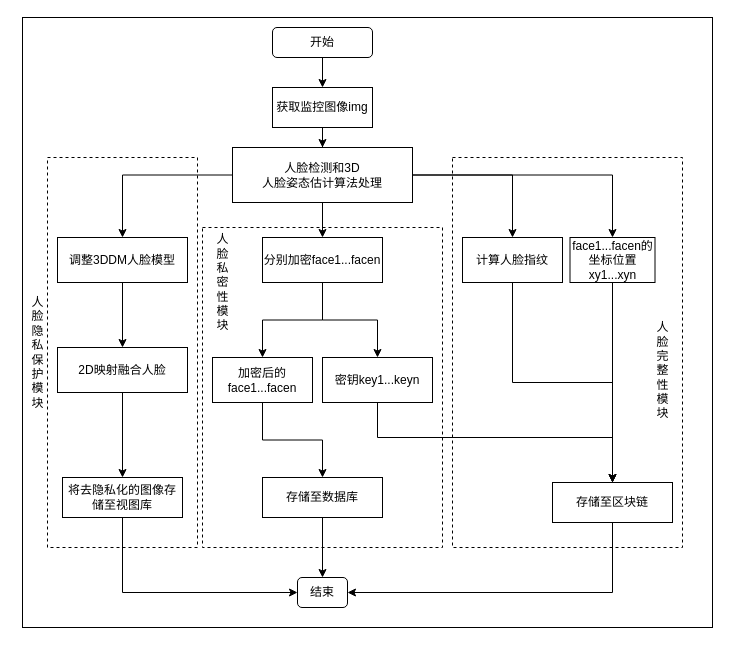
Earlier version of the draw.io diagram page "正向过程" (3 of 5) of face-chain/facechain.drawio (FadingLight9291117/draw.io). Source tidied: cells renumbered, new cells numbered last; positions are measured from the earlier drawing's top-left corner, leaving out a move shared by most shapes. Both pictures are drawn from the tidied source at 100%, with x=0, y=0 at pixel (17, 17).
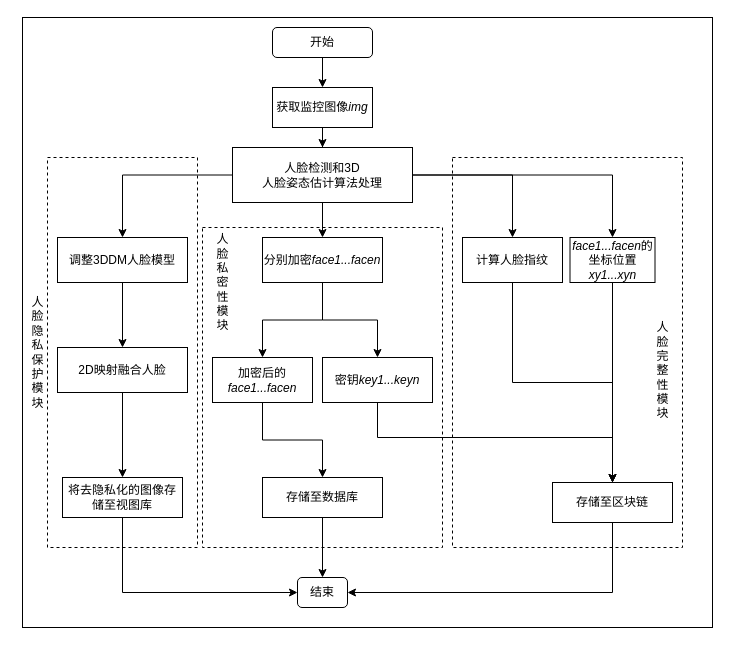
The same diagram, later.

The edit, as a diff of the source:
```diff
@@
-    <mxCell id="7" value="获取监控图像img" style="whiteSpace=wrap;html=1;" parent="1" vertex="1">
+    <mxCell id="7" value="获取监控图像&lt;i&gt;img&lt;/i&gt;" style="whiteSpace=wrap;html=1;" parent="1" vertex="1">
       <mxGeometry x="255" y="70" width="100" height="40" as="geometry" />
     </mxCell>
@@
-    <mxCell id="21" value="分别加密face1...facen" style="rounded=0;whiteSpace=wrap;html=1;" parent="1" vertex="1">
+    <mxCell id="21" value="分别加密&lt;i&gt;face1...facen&lt;/i&gt;" style="rounded=0;whiteSpace=wrap;html=1;" parent="1" vertex="1">
       <mxGeometry x="245" y="220" width="120" height="45" as="geometry" />
     </mxCell>
@@
-    <mxCell id="23" value="加密后的face1...facen" style="rounded=0;whiteSpace=wrap;html=1;" parent="1" vertex="1">
+    <mxCell id="23" value="加密后的&lt;i&gt;face1...facen&lt;/i&gt;" style="rounded=0;whiteSpace=wrap;html=1;" parent="1" vertex="1">
       <mxGeometry x="195" y="340" width="100" height="45" as="geometry" />
     </mxCell>
@@
-    <mxCell id="25" value="密钥key1...keyn" style="whiteSpace=wrap;html=1;" parent="1" vertex="1">
+    <mxCell id="25" value="密钥&lt;i&gt;key1...keyn&lt;/i&gt;" style="whiteSpace=wrap;html=1;" parent="1" vertex="1">
       <mxGeometry x="305" y="340" width="110" height="45" as="geometry" />
     </mxCell>
@@
-    <mxCell id="31" value="face1...facen的坐标位置xy1...xyn" style="rounded=0;whiteSpace=wrap;html=1;" parent="1" vertex="1">
+    <mxCell id="31" value="&lt;i&gt;face1...facen&lt;/i&gt;的坐标位置&lt;i&gt;xy1...xyn&lt;/i&gt;" style="rounded=0;whiteSpace=wrap;html=1;" parent="1" vertex="1">
       <mxGeometry x="552.5" y="220" width="85" height="45" as="geometry" />
     </mxCell>
```
